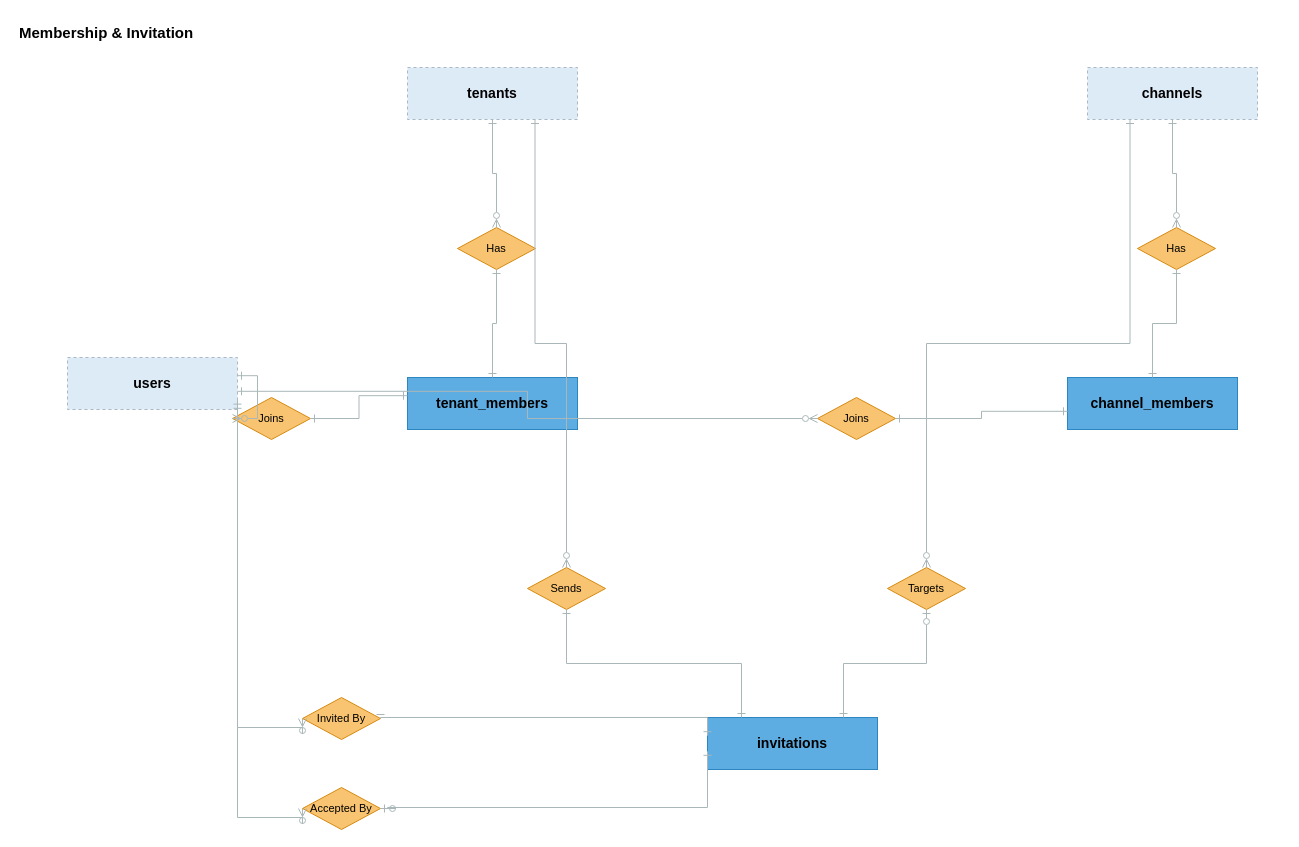
This is docs/technical/erd/03_membership_erd.drawio from NFMU/app-design, a draw.io file, before an edit. Source tidied: cells renumbered, new cells numbered last; positions are measured from the earlier drawing's top-left corner, leaving out a move shared by most shapes. Both pictures are drawn from the tidied source at 100%, with x=0, y=0 at pixel (17, 17).
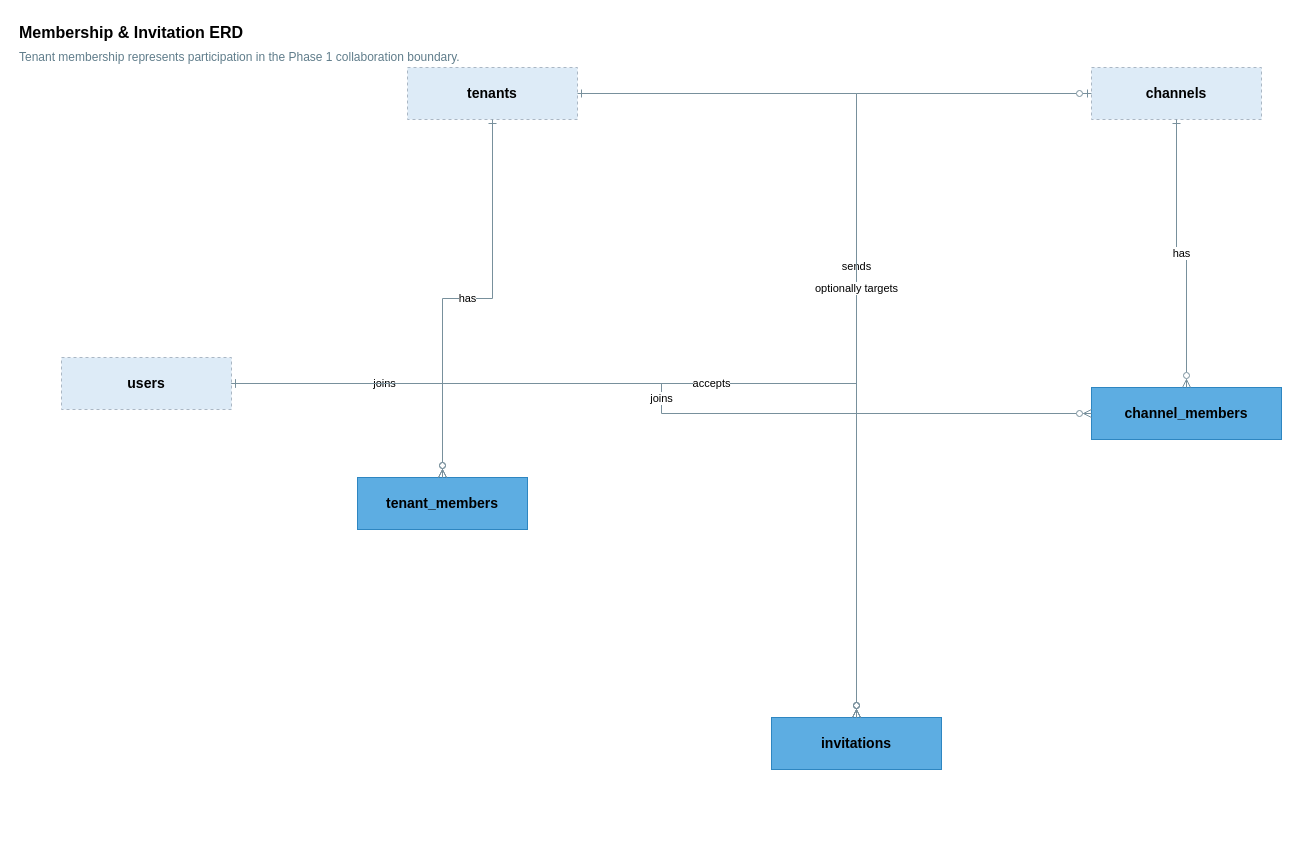
Above is the later version.

The change refers to these unchanged cells:
```xml
<mxCell id="4" value="tenants" style="rounded=0;whiteSpace=wrap;html=1;fillColor=#DDEBF7;strokeColor=#AAB7C4;dashed=1;fontStyle=1;fontSize=14;" parent="1" vertex="1">
  <mxGeometry x="390" y="50" width="170" height="52" as="geometry" />
</mxCell>
```

What changed in the source:
```diff
@@
-    <mxCell id="2" value="Membership &amp; Invitation" style="text;html=1;strokeColor=none;fillColor=none;align=left;verticalAlign=middle;fontSize=15;fontStyle=1;" parent="1" vertex="1">
-      <mxGeometry width="420" height="30" as="geometry" />
-    </mxCell>
+    <mxCell id="33" value="Membership &amp; Invitation ERD" style="text;html=1;strokeColor=none;fillColor=none;align=left;verticalAlign=middle;fontSize=16;fontStyle=1;" parent="1" vertex="1">
+      <mxGeometry width="820" height="30" as="geometry" />
+    </mxCell>
+    <mxCell id="34" value="Tenant membership represents participation in the Phase 1 collaboration boundary." style="text;html=1;strokeColor=none;fillColor=none;align=left;verticalAlign=middle;fontSize=12;fontColor=#607D8B;" parent="1" vertex="1">
+      <mxGeometry y="28" width="980" height="24" as="geometry" />
+    </mxCell>
     <mxCell id="3" value="users" style="rounded=0;whiteSpace=wrap;html=1;fillColor=#DDEBF7;strokeColor=#AAB7C4;dashed=1;fontStyle=1;fontSize=14;" parent="1" vertex="1">
-      <mxGeometry x="50" y="340" width="170" height="52" as="geometry" />
+      <mxGeometry x="44" y="340" width="170" height="52" as="geometry" />
     </mxCell>
@@
     <mxCell id="5" value="channels" style="rounded=0;whiteSpace=wrap;html=1;fillColor=#DDEBF7;strokeColor=#AAB7C4;dashed=1;fontStyle=1;fontSize=14;" parent="1" vertex="1">
-      <mxGeometry x="1070" y="50" width="170" height="52" as="geometry" />
+      <mxGeometry x="1074" y="50" width="170" height="52" as="geometry" />
     </mxCell>
-    <mxCell id="6" value="Has" style="rhombus;whiteSpace=wrap;html=1;fillColor=#F8C471;strokeColor=#D68910;fontSize=11;" parent="1" vertex="1">
-      <mxGeometry x="440" y="210" width="78" height="42" as="geometry" />
-    </mxCell>
     <mxCell id="7" value="tenant_members" style="rounded=0;whiteSpace=wrap;html=1;fillColor=#5DADE2;strokeColor=#2E86C1;fontStyle=1;fontSize=14;" parent="1" vertex="1">
-      <mxGeometry x="390" y="360" width="170" height="52" as="geometry" />
+      <mxGeometry x="340" y="460" width="170" height="52" as="geometry" />
     </mxCell>
-    <mxCell id="8" value="Joins" style="rhombus;whiteSpace=wrap;html=1;fillColor=#F8C471;strokeColor=#D68910;fontSize=11;" parent="1" vertex="1">
-      <mxGeometry x="215" y="380" width="78" height="42" as="geometry" />
-    </mxCell>
-    <mxCell id="9" value="Has" style="rhombus;whiteSpace=wrap;html=1;fillColor=#F8C471;strokeColor=#D68910;fontSize=11;" parent="1" vertex="1">
-      <mxGeometry x="1120" y="210" width="78" height="42" as="geometry" />
-    </mxCell>
     <mxCell id="10" value="channel_members" style="rounded=0;whiteSpace=wrap;html=1;fillColor=#5DADE2;strokeColor=#2E86C1;fontStyle=1;fontSize=14;" parent="1" vertex="1">
-      <mxGeometry x="1050" y="360" width="170" height="52" as="geometry" />
+      <mxGeometry x="1074" y="370" width="190" height="52" as="geometry" />
     </mxCell>
-    <mxCell id="11" value="Joins" style="rhombus;whiteSpace=wrap;html=1;fillColor=#F8C471;strokeColor=#D68910;fontSize=11;" parent="1" vertex="1">
-      <mxGeometry x="800" y="380" width="78" height="42" as="geometry" />
-    </mxCell>
     <mxCell id="12" value="invitations" style="rounded=0;whiteSpace=wrap;html=1;fillColor=#5DADE2;strokeColor=#2E86C1;fontStyle=1;fontSize=14;" parent="1" vertex="1">
-      <mxGeometry x="690" y="700" width="170" height="52" as="geometry" />
+      <mxGeometry x="754" y="700" width="170" height="52" as="geometry" />
     </mxCell>
-    <mxCell id="13" value="Sends" style="rhombus;whiteSpace=wrap;html=1;fillColor=#F8C471;strokeColor=#D68910;fontSize=11;" parent="1" vertex="1">
-      <mxGeometry x="510" y="550" width="78" height="42" as="geometry" />
-    </mxCell>
-    <mxCell id="14" value="Targets" style="rhombus;whiteSpace=wrap;html=1;fillColor=#F8C471;strokeColor=#D68910;fontSize=11;" parent="1" vertex="1">
-      <mxGeometry x="870" y="550" width="78" height="42" as="geometry" />
-    </mxCell>
-    <mxCell id="15" value="Invited By" style="rhombus;whiteSpace=wrap;html=1;fillColor=#F8C471;strokeColor=#D68910;fontSize=11;" parent="1" vertex="1">
-      <mxGeometry x="285" y="680" width="78" height="42" as="geometry" />
-    </mxCell>
-    <mxCell id="16" value="Accepted By" style="rhombus;whiteSpace=wrap;html=1;fillColor=#F8C471;strokeColor=#D68910;fontSize=11;" parent="1" vertex="1">
-      <mxGeometry x="285" y="770" width="78" height="42" as="geometry" />
-    </mxCell>
-    <mxCell id="17" style="edgeStyle=orthogonalEdgeStyle;rounded=0;curved=0;jettySize=auto;html=1;strokeColor=#AAB7B8;startFill=0;endFill=0;startArrow=ERone;endArrow=ERzeroToMany;exitX=0.5;exitY=1;exitDx=0;exitDy=0;entryX=0.5;entryY=0;entryDx=0;entryDy=0;" parent="1" edge="1" source="4" target="6">
-      <mxGeometry relative="1" as="geometry" />
-    </mxCell>
-    <mxCell id="18" style="edgeStyle=orthogonalEdgeStyle;rounded=0;curved=0;jettySize=auto;html=1;strokeColor=#AAB7B8;startFill=0;endFill=0;startArrow=ERone;endArrow=ERone;exitX=0.5;exitY=1;exitDx=0;exitDy=0;entryX=0.5;entryY=0;entryDx=0;entryDy=0;" parent="1" edge="1" source="6" target="7">
-      <mxGeometry relative="1" as="geometry" />
-    </mxCell>
-    <mxCell id="19" style="edgeStyle=orthogonalEdgeStyle;rounded=0;curved=0;jettySize=auto;html=1;strokeColor=#AAB7B8;startFill=0;endFill=0;startArrow=ERone;endArrow=ERzeroToMany;exitX=1;exitY=0.35;exitDx=0;exitDy=0;entryX=0;entryY=0.5;entryDx=0;entryDy=0;" parent="1" edge="1" source="3" target="8">
-      <mxGeometry relative="1" as="geometry" />
-    </mxCell>
-    <mxCell id="20" style="edgeStyle=orthogonalEdgeStyle;rounded=0;curved=0;jettySize=auto;html=1;strokeColor=#AAB7B8;startFill=0;endFill=0;startArrow=ERone;endArrow=ERone;exitX=1;exitY=0.5;exitDx=0;exitDy=0;entryX=0;entryY=0.35;entryDx=0;entryDy=0;" parent="1" edge="1" source="8" target="7">
-      <mxGeometry relative="1" as="geometry" />
-    </mxCell>
-    <mxCell id="21" style="edgeStyle=orthogonalEdgeStyle;rounded=0;curved=0;jettySize=auto;html=1;strokeColor=#AAB7B8;startFill=0;endFill=0;startArrow=ERone;endArrow=ERzeroToMany;exitX=0.5;exitY=1;exitDx=0;exitDy=0;entryX=0.5;entryY=0;entryDx=0;entryDy=0;" parent="1" edge="1" source="5" target="9">
-      <mxGeometry relative="1" as="geometry" />
-    </mxCell>
-    <mxCell id="22" style="edgeStyle=orthogonalEdgeStyle;rounded=0;curved=0;jettySize=auto;html=1;strokeColor=#AAB7B8;startFill=0;endFill=0;startArrow=ERone;endArrow=ERone;exitX=0.5;exitY=1;exitDx=0;exitDy=0;entryX=0.5;entryY=0;entryDx=0;entryDy=0;" parent="1" edge="1" source="9" target="10">
-      <mxGeometry relative="1" as="geometry" />
-    </mxCell>
-    <mxCell id="23" style="edgeStyle=orthogonalEdgeStyle;rounded=0;curved=0;jettySize=auto;html=1;strokeColor=#AAB7B8;startFill=0;endFill=0;startArrow=ERone;endArrow=ERzeroToMany;exitX=1;exitY=0.65;exitDx=0;exitDy=0;entryX=0;entryY=0.5;entryDx=0;entryDy=0;" parent="1" edge="1" source="3" target="11">
-      <mxGeometry relative="1" as="geometry" />
-    </mxCell>
-    <mxCell id="24" style="edgeStyle=orthogonalEdgeStyle;rounded=0;curved=0;jettySize=auto;html=1;strokeColor=#AAB7B8;startFill=0;endFill=0;startArrow=ERone;endArrow=ERone;exitX=1;exitY=0.5;exitDx=0;exitDy=0;entryX=0;entryY=0.65;entryDx=0;entryDy=0;" parent="1" edge="1" source="11" target="10">
-      <mxGeometry relative="1" as="geometry" />
-    </mxCell>
-    <mxCell id="25" style="edgeStyle=orthogonalEdgeStyle;rounded=0;curved=0;jettySize=auto;html=1;strokeColor=#AAB7B8;startFill=0;endFill=0;startArrow=ERone;endArrow=ERzeroToMany;exitX=0.75;exitY=1;exitDx=0;exitDy=0;entryX=0.5;entryY=0;entryDx=0;entryDy=0;" parent="1" edge="1" source="4" target="13">
-      <mxGeometry relative="1" as="geometry" />
-    </mxCell>
-    <mxCell id="26" style="edgeStyle=orthogonalEdgeStyle;rounded=0;curved=0;jettySize=auto;html=1;strokeColor=#AAB7B8;startFill=0;endFill=0;startArrow=ERone;endArrow=ERone;exitX=0.5;exitY=1;exitDx=0;exitDy=0;entryX=0.2;entryY=0;entryDx=0;entryDy=0;" parent="1" edge="1" source="13" target="12">
-      <mxGeometry relative="1" as="geometry" />
-    </mxCell>
-    <mxCell id="27" style="edgeStyle=orthogonalEdgeStyle;rounded=0;curved=0;jettySize=auto;html=1;strokeColor=#AAB7B8;startFill=0;endFill=0;startArrow=ERone;endArrow=ERzeroToMany;exitX=0.25;exitY=1;exitDx=0;exitDy=0;entryX=0.5;entryY=0;entryDx=0;entryDy=0;" parent="1" edge="1" source="5" target="14">
-      <mxGeometry relative="1" as="geometry" />
-    </mxCell>
-    <mxCell id="28" style="edgeStyle=orthogonalEdgeStyle;rounded=0;curved=0;jettySize=auto;html=1;strokeColor=#AAB7B8;startFill=0;endFill=0;startArrow=ERzeroToOne;endArrow=ERone;exitX=0.5;exitY=1;exitDx=0;exitDy=0;entryX=0.8;entryY=0;entryDx=0;entryDy=0;" parent="1" edge="1" source="14" target="12">
-      <mxGeometry relative="1" as="geometry" />
-    </mxCell>
-    <mxCell id="29" style="edgeStyle=orthogonalEdgeStyle;rounded=0;curved=0;jettySize=auto;html=1;strokeColor=#AAB7B8;startFill=0;endFill=0;startArrow=ERone;endArrow=ERzeroToMany;exitX=1;exitY=0.82;exitDx=0;exitDy=0;entryX=0;entryY=0.5;entryDx=0;entryDy=0;" parent="1" edge="1" source="3" target="15">
-      <mxGeometry relative="1" as="geometry">
-        <Array as="points">
-          <mxPoint x="220" y="710" />
-          <mxPoint x="285" y="700" />
-        </Array>
-      </mxGeometry>
-    </mxCell>
-    <mxCell id="30" style="edgeStyle=orthogonalEdgeStyle;rounded=0;curved=0;jettySize=auto;html=1;strokeColor=#AAB7B8;startFill=0;endFill=0;startArrow=ERone;endArrow=ERone;exitX=1;exitY=0.5;exitDx=0;exitDy=0;entryX=0;entryY=0.35;entryDx=0;entryDy=0;" parent="1" edge="1" source="15" target="12">
-      <mxGeometry relative="1" as="geometry">
-        <Array as="points">
-          <mxPoint x="363" y="700" />
-          <mxPoint x="690" y="730" />
-        </Array>
-      </mxGeometry>
-    </mxCell>
-    <mxCell id="31" style="edgeStyle=orthogonalEdgeStyle;rounded=0;curved=0;jettySize=auto;html=1;strokeColor=#AAB7B8;startFill=0;endFill=0;startArrow=ERone;endArrow=ERzeroToMany;exitX=1;exitY=0.9;exitDx=0;exitDy=0;entryX=0;entryY=0.5;entryDx=0;entryDy=0;" parent="1" edge="1" source="3" target="16">
-      <mxGeometry relative="1" as="geometry">
-        <Array as="points">
-          <mxPoint x="220" y="800" />
-          <mxPoint x="285" y="790" />
-        </Array>
-      </mxGeometry>
-    </mxCell>
-    <mxCell id="32" style="edgeStyle=orthogonalEdgeStyle;rounded=0;curved=0;jettySize=auto;html=1;strokeColor=#AAB7B8;startFill=0;endFill=0;startArrow=ERzeroToOne;endArrow=ERone;exitX=1;exitY=0.5;exitDx=0;exitDy=0;entryX=0;entryY=0.65;entryDx=0;entryDy=0;" parent="1" edge="1" source="16" target="12">
-      <mxGeometry relative="1" as="geometry">
-        <Array as="points">
-          <mxPoint x="370" y="790" />
-          <mxPoint x="690" y="790" />
-        </Array>
-      </mxGeometry>
-    </mxCell>
+    <mxCell id="35" value="has" style="edgeStyle=orthogonalEdgeStyle;rounded=0;curved=0;jettySize=auto;html=1;strokeColor=#78909C;fontSize=11;labelBackgroundColor=#FFFFFF;startFill=0;endFill=0;startArrow=ERone;endArrow=ERzeroToMany;" parent="1" edge="1" source="4" target="7">
+      <mxGeometry relative="1" as="geometry" />
+    </mxCell>
+    <mxCell id="36" value="joins" style="edgeStyle=orthogonalEdgeStyle;rounded=0;curved=0;jettySize=auto;html=1;strokeColor=#78909C;fontSize=11;labelBackgroundColor=#FFFFFF;startFill=0;endFill=0;startArrow=ERone;endArrow=ERzeroToMany;" parent="1" edge="1" source="3" target="7">
+      <mxGeometry relative="1" as="geometry" />
+    </mxCell>
+    <mxCell id="37" value="has" style="edgeStyle=orthogonalEdgeStyle;rounded=0;curved=0;jettySize=auto;html=1;strokeColor=#78909C;fontSize=11;labelBackgroundColor=#FFFFFF;startFill=0;endFill=0;startArrow=ERone;endArrow=ERzeroToMany;" parent="1" edge="1" source="5" target="10">
+      <mxGeometry relative="1" as="geometry" />
+    </mxCell>
+    <mxCell id="38" value="joins" style="edgeStyle=orthogonalEdgeStyle;rounded=0;curved=0;jettySize=auto;html=1;strokeColor=#78909C;fontSize=11;labelBackgroundColor=#FFFFFF;startFill=0;endFill=0;startArrow=ERone;endArrow=ERzeroToMany;" parent="1" edge="1" source="3" target="10">
+      <mxGeometry relative="1" as="geometry" />
+    </mxCell>
+    <mxCell id="39" value="sends" style="edgeStyle=orthogonalEdgeStyle;rounded=0;curved=0;jettySize=auto;html=1;strokeColor=#78909C;fontSize=11;labelBackgroundColor=#FFFFFF;startFill=0;endFill=0;startArrow=ERone;endArrow=ERzeroToMany;" parent="1" edge="1" source="4" target="12">
+      <mxGeometry relative="1" as="geometry" />
+    </mxCell>
+    <mxCell id="40" value="optionally targets" style="edgeStyle=orthogonalEdgeStyle;rounded=0;curved=0;jettySize=auto;html=1;strokeColor=#78909C;fontSize=11;labelBackgroundColor=#FFFFFF;startFill=0;endFill=0;startArrow=ERzeroToOne;endArrow=ERzeroToMany;" parent="1" edge="1" source="5" target="12">
+      <mxGeometry relative="1" as="geometry" />
+    </mxCell>
+    <mxCell id="41" value="accepts" style="edgeStyle=orthogonalEdgeStyle;rounded=0;curved=0;jettySize=auto;html=1;strokeColor=#78909C;fontSize=11;labelBackgroundColor=#FFFFFF;startFill=0;endFill=0;startArrow=ERone;endArrow=ERzeroToMany;" parent="1" edge="1" source="3" target="12">
+      <mxGeometry relative="1" as="geometry" />
+    </mxCell>
```
